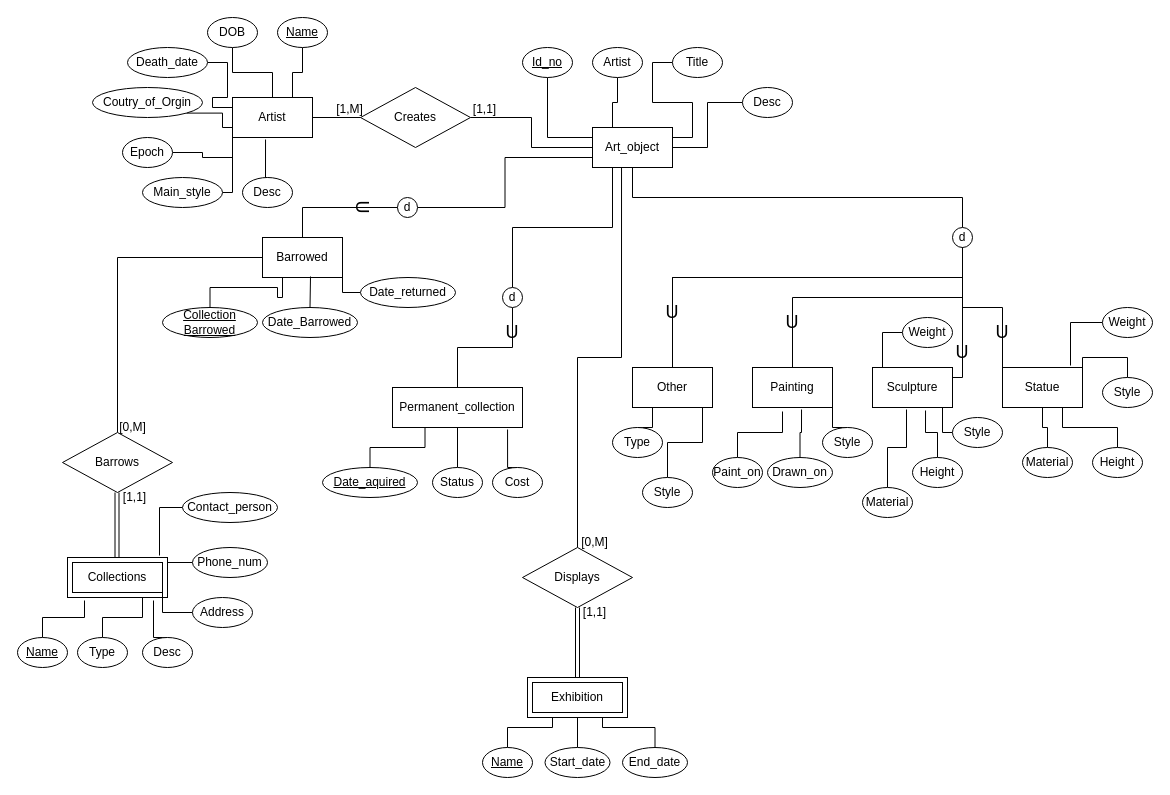
This is ER_MODEL_2.drawio from nballard/601, a draw.io file, before an edit. Source tidied: cells renumbered, new cells numbered last; positions are measured from the earlier drawing's top-left corner, leaving out a move shared by most shapes. Both pictures are drawn from the tidied source at 100%, with x=0, y=0 at pixel (17, 17).
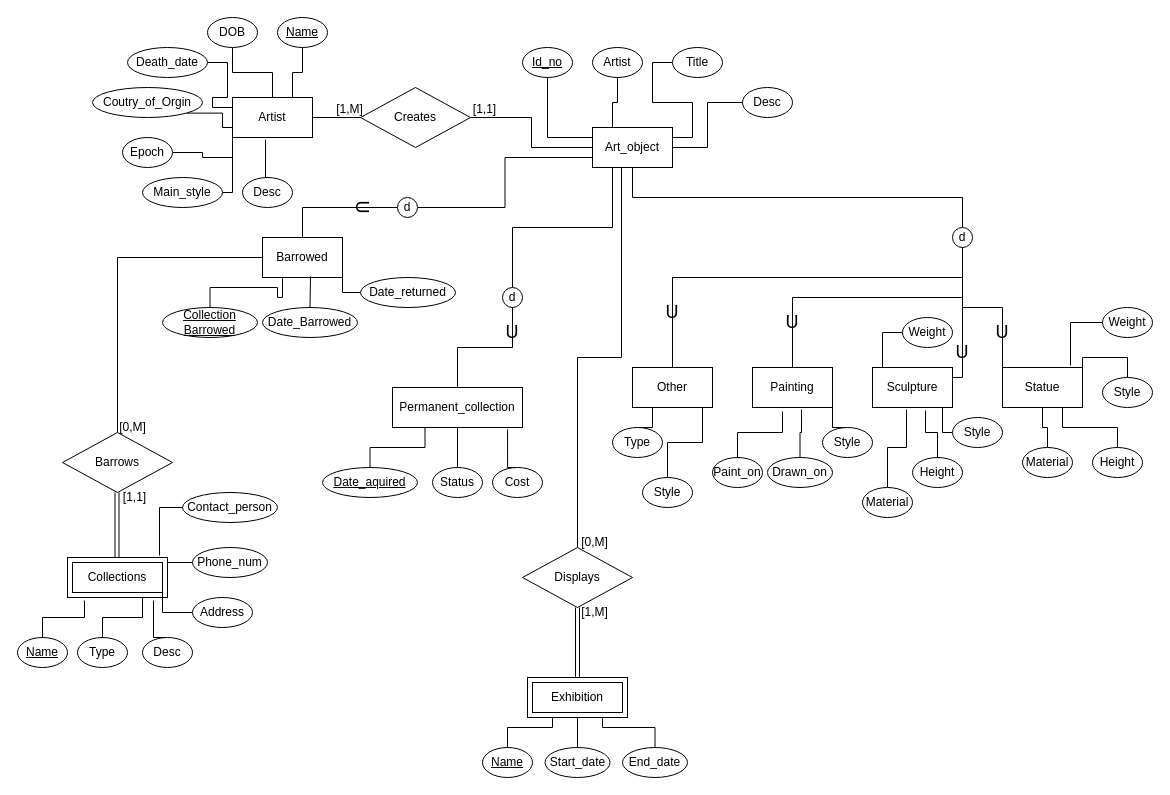
After the change.

What changed in the source:
```diff
@@
-    <mxCell id="123" value="[1,1]" style="text;html=1;strokeColor=none;fillColor=none;align=center;verticalAlign=middle;whiteSpace=wrap;rounded=0;" parent="1" vertex="1">
+    <mxCell id="123" value="[1,M]" style="text;html=1;strokeColor=none;fillColor=none;align=center;verticalAlign=middle;whiteSpace=wrap;rounded=0;" parent="1" vertex="1">
       <mxGeometry x="560" y="590" width="35" height="10" as="geometry" />
     </mxCell>
```
